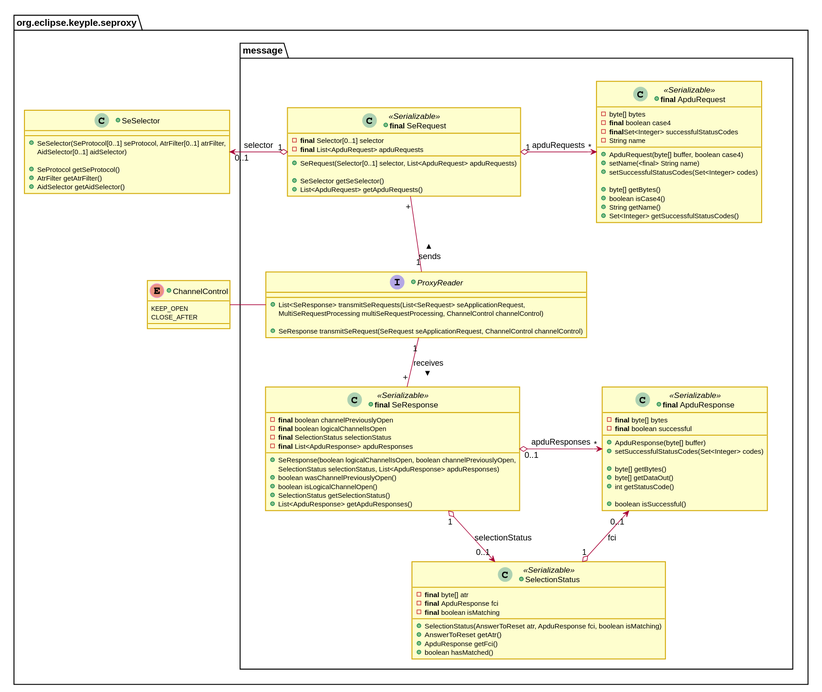
Earlier version of the PlantUML export docs/KeypleCoreApi/PluginApi/img/KeypleCore_PluginApi_ClassDiag_SE_Proxy_ReaderMessage_0_9.svg (calypsonet/keyple). Its diagram source:
```plantuml
@startuml
skinparam ClassBorderColor #D4AC0D
skinparam stereotypeABorderColor #A9DCDF
skinparam stereotypeIBorderColor #B4A7E5
skinparam stereotypeCBorderColor #ADD1B2
skinparam stereotypeEBorderColor #EB93DF
skinparam shadowing false

skinparam ClassBackgroundColor<<red>> #FDEDEC
skinparam ClassBorderColor<<red>> #E74C3C
hide <<red>> stereotype
skinparam ClassBackgroundColor<<purple>> #F4ECF7
skinparam ClassBorderColor<<purple>> #8E44AD
hide <<purple>> stereotype
skinparam ClassBackgroundColor<<blue>> #EBF5FB
skinparam ClassBorderColor<<blue>> #3498DB
hide <<blue>> stereotype
skinparam ClassBackgroundColor<<green>> #EAFAF1
skinparam ClassBorderColor<<green>> #2ECC71
hide <<green>> stereotype
skinparam ClassBackgroundColor<<grey>> #EAECEE
skinparam ClassBorderColor<<grey>> #2C3E50
hide <<grey>> stereotype

package org.eclipse.keyple.seproxy #FFFFFF {

+class SeSelector {
  +SeSelector(SeProtocol[0..1] seProtocol, AtrFilter[0..1] atrFilter,
  AidSelector[0..1] aidSelector)

  +SeProtocol getSeProtocol()
  +AtrFilter getAtrFilter()
  +AidSelector getAidSelector()
}
+enum ChannelControl {
	KEEP_OPEN
	CLOSE_AFTER
}

  package message #FFFFFF {
    together {
+interface ProxyReader {
  +List<SeResponse> transmitSeRequests(List<SeRequest> seApplicationRequest,
    MultiSeRequestProcessing multiSeRequestProcessing, ChannelControl channelControl)

  +SeResponse transmitSeRequest(SeRequest seApplicationRequest, ChannelControl channelControl)
}
+class "<b>final</b> SeRequest" as SeRequest {
  -<b>final</b> Selector[0..1] selector
  -<b>final</b> List<ApduRequest> apduRequests

  +SeRequest(Selector[0..1] selector, List<ApduRequest> apduRequests)

  +SeSelector getSeSelector()
  +List<ApduRequest> getApduRequests()
}

+class "<b>final</b> SeResponse" as SeResponse {
  -<b>final</b> boolean channelPreviouslyOpen
  -<b>final</b> boolean logicalChannelIsOpen
  -<b>final</b> SelectionStatus selectionStatus
  -<b>final</b> List<ApduResponse> apduResponses

  +SeResponse(boolean logicalChannelIsOpen, boolean channelPreviouslyOpen,
    SelectionStatus selectionStatus, List<ApduResponse> apduResponses)
  +boolean wasChannelPreviouslyOpen()
  +boolean isLogicalChannelOpen()
  +SelectionStatus getSelectionStatus()
  +List<ApduResponse> getApduResponses()
}
+class "<b>final</b> ApduRequest" as ApduRequest {
  -byte[] bytes
  -<b>final</b> boolean case4
  -<b>final</b>Set<Integer> successfulStatusCodes
  -String name

  +ApduRequest(byte[] buffer, boolean case4)
  +setName(<final> String name)
  +setSuccessfulStatusCodes(Set<Integer> codes)

  +byte[] getBytes()
  +boolean isCase4()
  +String getName()
  +Set<Integer> getSuccessfulStatusCodes()
}

+class "<b>final</b> ApduResponse" as ApduResponse {
  -<b>final</b> byte[] bytes
  -<b>final</b> boolean successful

  +ApduResponse(byte[] buffer)
  +setSuccessfulStatusCodes(Set<Integer> codes)

  +byte[] getBytes()
  +byte[] getDataOut()
  +int getStatusCode()

  +boolean isSuccessful()
}
    }
+class SelectionStatus {
  -<b>final</b> byte[] atr
  -<b>final</b> ApduResponse fci
  -<b>final</b> boolean isMatching

  +SelectionStatus(AnswerToReset atr, ApduResponse fci, boolean isMatching)
  +AnswerToReset getAtr()
  +ApduResponse getFci()
  +boolean hasMatched()
}

    ProxyReader "1" -up- "+" SeRequest : sends >
    ProxyReader "1" -down- "+" SeResponse : receives >
    SeRequest "1" o-right-> "*" ApduRequest : apduRequests
    SeResponse "0..1" o-right-> "*" ApduResponse : apduResponses
    SeResponse "1" o-down-> "0..1" SelectionStatus : selectionStatus
    SelectionStatus "1" o--> "0..1" ApduResponse : fci
  }

  SeSelector "0..1" <-right-o "1" SeRequest : selector
  ChannelControl -right- ProxyReader
}

    class SeRequest <<Serializable>>
    class SeResponse <<Serializable>>
    class ApduRequest <<Serializable>>
    class ApduResponse <<Serializable>>
    class SelectionStatus <<Serializable>>

@enduml
```
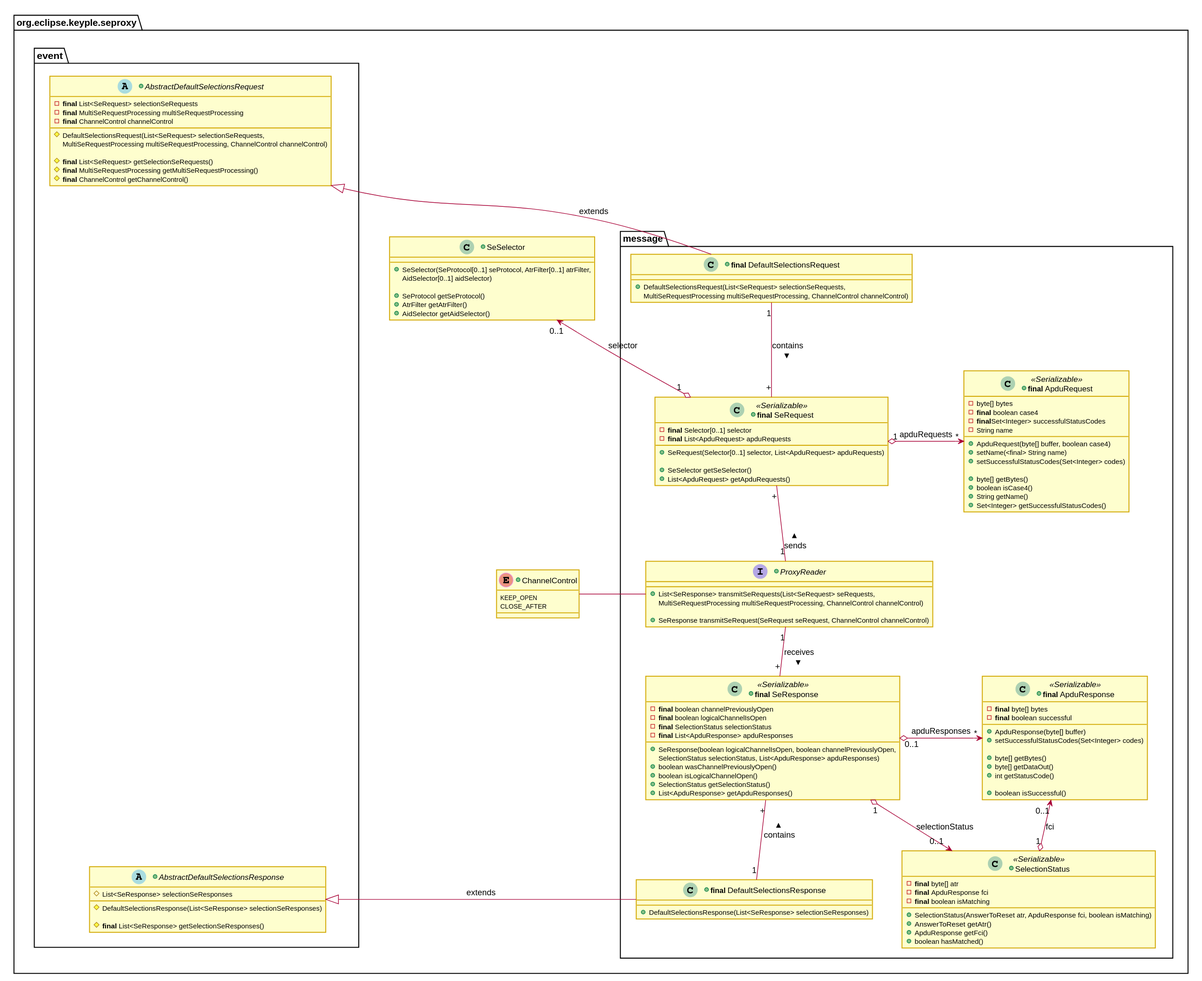
The same file after the commit.

Change to the diagram source:
```diff
@@ -23,7 +23,28 @@
 hide <<grey>> stereotype
 
 package org.eclipse.keyple.seproxy #FFFFFF {
+  package event #FFFFFF {
++abstract AbstractDefaultSelectionsRequest {
+  -<b>final</b> List<SeRequest> selectionSeRequests
+  -<b>final</b> MultiSeRequestProcessing multiSeRequestProcessing
+  -<b>final</b> ChannelControl channelControl
+  #DefaultSelectionsRequest(List<SeRequest> selectionSeRequests,
+      MultiSeRequestProcessing multiSeRequestProcessing, ChannelControl channelControl)
 
+  #<b>final</b> List<SeRequest> getSelectionSeRequests()
+  #<b>final</b> MultiSeRequestProcessing getMultiSeRequestProcessing()
+  #<b>final</b> ChannelControl getChannelControl()
+}
+
++abstract AbstractDefaultSelectionsResponse {
+  #List<SeResponse> selectionSeResponses
+  #DefaultSelectionsResponse(List<SeResponse> selectionSeResponses)
+
+  #<b>final</b> List<SeResponse> getSelectionSeResponses()
+}
+  }
+
+  together {
 +class SeSelector {
   +SeSelector(SeProtocol[0..1] seProtocol, AtrFilter[0..1] atrFilter,
   AidSelector[0..1] aidSelector)
@@ -36,14 +57,23 @@
 	KEEP_OPEN
 	CLOSE_AFTER
 }
+  }
 
   package message #FFFFFF {
++class "<b>final</b> DefaultSelectionsRequest" as DefaultSelectionsRequest {
+  +DefaultSelectionsRequest(List<SeRequest> selectionSeRequests,
+    MultiSeRequestProcessing multiSeRequestProcessing, ChannelControl channelControl)
+}
+
++class "<b>final</b> DefaultSelectionsResponse" as DefaultSelectionsResponse {
+  +DefaultSelectionsResponse(List<SeResponse> selectionSeResponses)
+}
     together {
 +interface ProxyReader {
-  +List<SeResponse> transmitSeRequests(List<SeRequest> seApplicationRequest,
+  +List<SeResponse> transmitSeRequests(List<SeRequest> seRequests,
     MultiSeRequestProcessing multiSeRequestProcessing, ChannelControl channelControl)
 
-  +SeResponse transmitSeRequest(SeRequest seApplicationRequest, ChannelControl channelControl)
+  +SeResponse transmitSeRequest(SeRequest seRequest, ChannelControl channelControl)
 }
 +class "<b>final</b> SeRequest" as SeRequest {
   -<b>final</b> Selector[0..1] selector
@@ -115,10 +145,20 @@
     SeResponse "0..1" o-right-> "*" ApduResponse : apduResponses
     SeResponse "1" o-down-> "0..1" SelectionStatus : selectionStatus
     SelectionStatus "1" o--> "0..1" ApduResponse : fci
+
+    DefaultSelectionsRequest "1" -down- "+" SeRequest : contains >
+    DefaultSelectionsResponse "1" -up- "+" SeResponse : contains >
   }
+
+  AbstractDefaultSelectionsRequest <|-right- DefaultSelectionsRequest : extends
+  AbstractDefaultSelectionsResponse <|-right- DefaultSelectionsResponse : extends
+  AbstractDefaultSelectionsRequest -down[hidden]----- AbstractDefaultSelectionsResponse
 
   SeSelector "0..1" <-right-o "1" SeRequest : selector
   ChannelControl -right- ProxyReader
+
+  SeSelector -down[hidden]-- ChannelControl
+  event -right[hidden]----- SeSelector
 }
 
     class SeRequest <<Serializable>>
```
